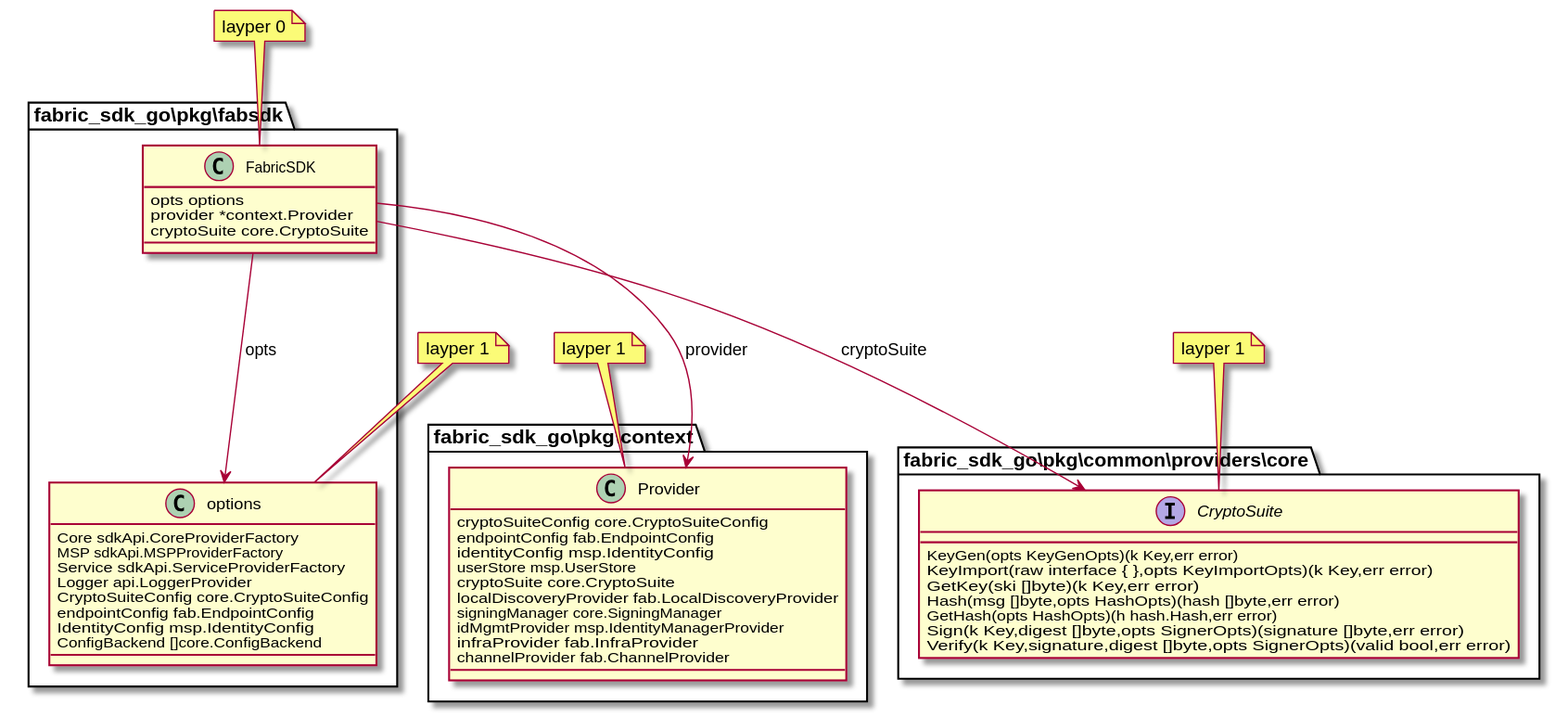
Earlier version of the PlantUML export docs/images/node-FabricSDK-1.svg (ping40/go-package-plantuml). Source of this version:
```plantuml
@startuml
namespace fabric_sdk_go\\pkg\\fabsdk {
 class FabricSDK {
  opts options
  provider *context.Provider
  cryptoSuite core.CryptoSuite
}
}
note top of fabric_sdk_go\\pkg\\fabsdk.FabricSDK: layper 0
namespace fabric_sdk_go\\pkg\\fabsdk {
 class options {
  Core sdkApi.CoreProviderFactory
  MSP sdkApi.MSPProviderFactory
  Service sdkApi.ServiceProviderFactory
  Logger api.LoggerProvider
  CryptoSuiteConfig core.CryptoSuiteConfig
  endpointConfig fab.EndpointConfig
  IdentityConfig msp.IdentityConfig
  ConfigBackend []core.ConfigBackend
}
}
note top of fabric_sdk_go\\pkg\\fabsdk.options: layper 1
namespace fabric_sdk_go\\pkg\\context {
 class Provider {
  cryptoSuiteConfig core.CryptoSuiteConfig
  endpointConfig fab.EndpointConfig
  identityConfig msp.IdentityConfig
  userStore msp.UserStore
  cryptoSuite core.CryptoSuite
  localDiscoveryProvider fab.LocalDiscoveryProvider
  signingManager core.SigningManager
  idMgmtProvider msp.IdentityManagerProvider
  infraProvider fab.InfraProvider
  channelProvider fab.ChannelProvider
}
}
note top of fabric_sdk_go\\pkg\\context.Provider: layper 1
namespace fabric_sdk_go\\pkg\\common\\providers\\core {
 interface CryptoSuite  {
  KeyGen(opts KeyGenOpts)(k Key,err error)
  KeyImport(raw interface  { },opts KeyImportOpts)(k Key,err error)
  GetKey(ski []byte)(k Key,err error)
  Hash(msg []byte,opts HashOpts)(hash []byte,err error)
  GetHash(opts HashOpts)(h hash.Hash,err error)
  Sign(k Key,digest []byte,opts SignerOpts)(signature []byte,err error)
  Verify(k Key,signature,digest []byte,opts SignerOpts)(valid bool,err error)
}
}
note top of fabric_sdk_go\\pkg\\common\\providers\\core.CryptoSuite: layper 1
fabric_sdk_go\\pkg\\fabsdk.FabricSDK ---> fabric_sdk_go\\pkg\\fabsdk.options : opts
fabric_sdk_go\\pkg\\fabsdk.FabricSDK ---> fabric_sdk_go\\pkg\\context.Provider : provider
fabric_sdk_go\\pkg\\fabsdk.FabricSDK ---> fabric_sdk_go\\pkg\\common\\providers\\core.CryptoSuite : cryptoSuite
@enduml
```
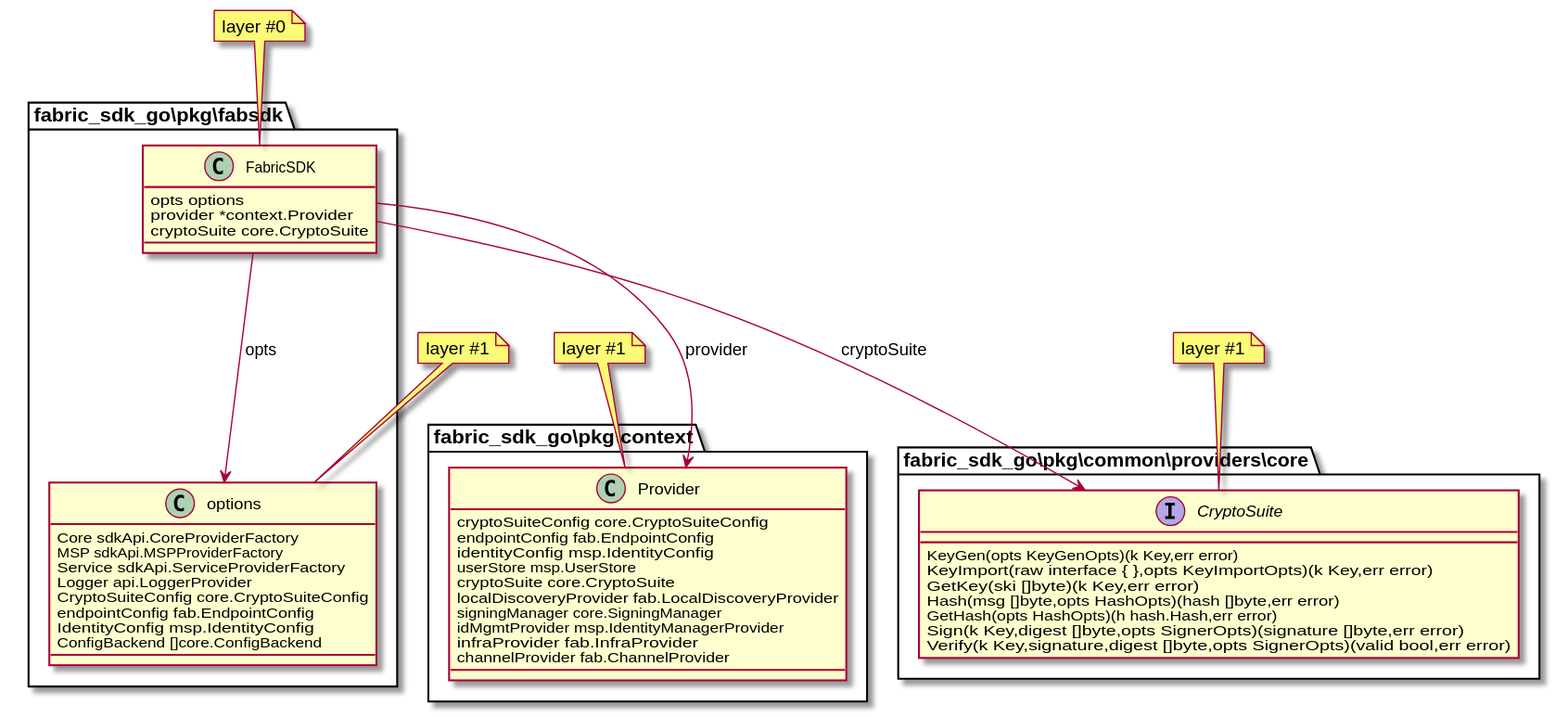
Above is the later version.

Change to the diagram source:
```diff
@@ -6,7 +6,7 @@
   cryptoSuite core.CryptoSuite
 }
 }
-note top of fabric_sdk_go\\pkg\\fabsdk.FabricSDK: layper 0
+note top of fabric_sdk_go\\pkg\\fabsdk.FabricSDK: layer #0
 namespace fabric_sdk_go\\pkg\\fabsdk {
  class options {
   Core sdkApi.CoreProviderFactory
@@ -19,7 +19,7 @@
   ConfigBackend []core.ConfigBackend
 }
 }
-note top of fabric_sdk_go\\pkg\\fabsdk.options: layper 1
+note top of fabric_sdk_go\\pkg\\fabsdk.options: layer #1
 namespace fabric_sdk_go\\pkg\\context {
  class Provider {
   cryptoSuiteConfig core.CryptoSuiteConfig
@@ -34,7 +34,7 @@
   channelProvider fab.ChannelProvider
 }
 }
-note top of fabric_sdk_go\\pkg\\context.Provider: layper 1
+note top of fabric_sdk_go\\pkg\\context.Provider: layer #1
 namespace fabric_sdk_go\\pkg\\common\\providers\\core {
  interface CryptoSuite  {
   KeyGen(opts KeyGenOpts)(k Key,err error)
@@ -46,7 +46,7 @@
   Verify(k Key,signature,digest []byte,opts SignerOpts)(valid bool,err error)
 }
 }
-note top of fabric_sdk_go\\pkg\\common\\providers\\core.CryptoSuite: layper 1
+note top of fabric_sdk_go\\pkg\\common\\providers\\core.CryptoSuite: layer #1
 fabric_sdk_go\\pkg\\fabsdk.FabricSDK ---> fabric_sdk_go\\pkg\\fabsdk.options : opts
 fabric_sdk_go\\pkg\\fabsdk.FabricSDK ---> fabric_sdk_go\\pkg\\context.Provider : provider
 fabric_sdk_go\\pkg\\fabsdk.FabricSDK ---> fabric_sdk_go\\pkg\\common\\providers\\core.CryptoSuite : cryptoSuite
```
